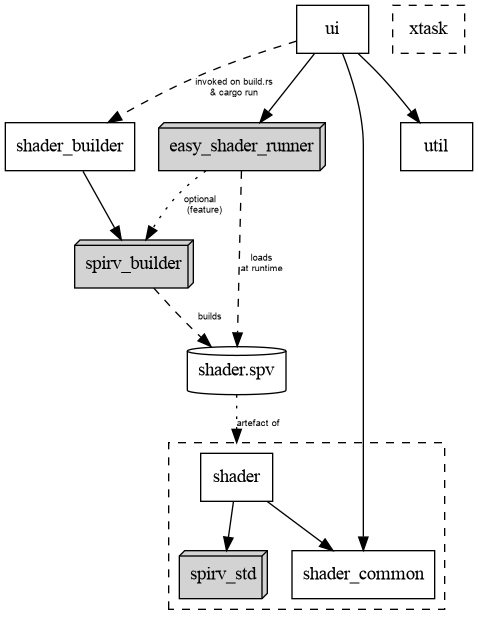
Before: workspace-structure.png, a diagram exported from Graphviz (crazyscot/brot3). Its source is kept beside it as workspace-structure.dot.
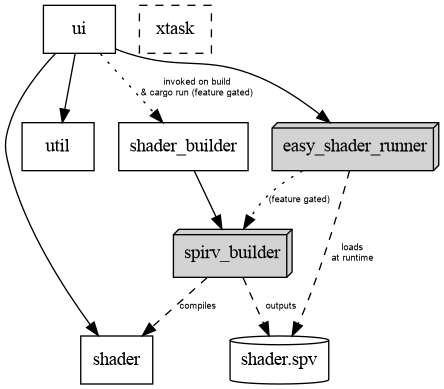
The same file after the commit.

Commit message:
doc: update workspace structure diagram

What changed in the source:
```diff
@@ -1,42 +1,35 @@
 digraph {
     compound = true;
+
     node [shape = box;];
-
     ui;
-    shader;
     shader_builder;
     xtask [style = dashed;];
-    shader_common;
-    shader_spv [shape = cylinder;label = "shader.spv";];
     util;
+    shader;
+    {
+        rank=same;
+        shader;
+        shader_spv [shape = cylinder;label = "shader.spv";];
+    }
+
     node [shape = box3d; style = filled;];
-    edge [fontname = "arial"; fontsize = 7;];
     spirv_builder;
     easy_shader_runner;
-    spirv_std [label = "spirv_std";];
-    shader_spv;
-    subgraph cluster_shader_ {
-        style = dashed;
-        shader;
-        shader_common;
-        spirv_std;
-    }
 
-    ui -> shader_common;
+    edge [fontname = "arial"; fontsize = 7;];
+    ui -> shader;
     ui -> easy_shader_runner;
     ui -> util;
 
-    shader_spv -> shader [style = dotted; label = "artefact of"; lhead = cluster_shader_;];
-
-    shader -> spirv_std;
-    shader -> shader_common;
+    spirv_builder -> shader [style=dashed; label = "compiles"]
 
     shader_builder -> spirv_builder;
 
-    easy_shader_runner -> spirv_builder [style = dotted; label = "optional\n   (feature)";];
+    easy_shader_runner -> spirv_builder [style = dotted; label = "(feature gated)";];
 
-    ui -> shader_builder [style = dashed; label = "invoked on build.rs\n& cargo run";];
+    ui -> shader_builder [style = dotted; label = "invoked on build\n& cargo run (feature gated)";];
 
-    spirv_builder -> shader_spv [style = dashed; label = "    builds";];
+    spirv_builder -> shader_spv [style = dashed; label = "   outputs"];
     easy_shader_runner -> shader_spv [style = dashed; label = "loads\nat runtime";];
 }
```
